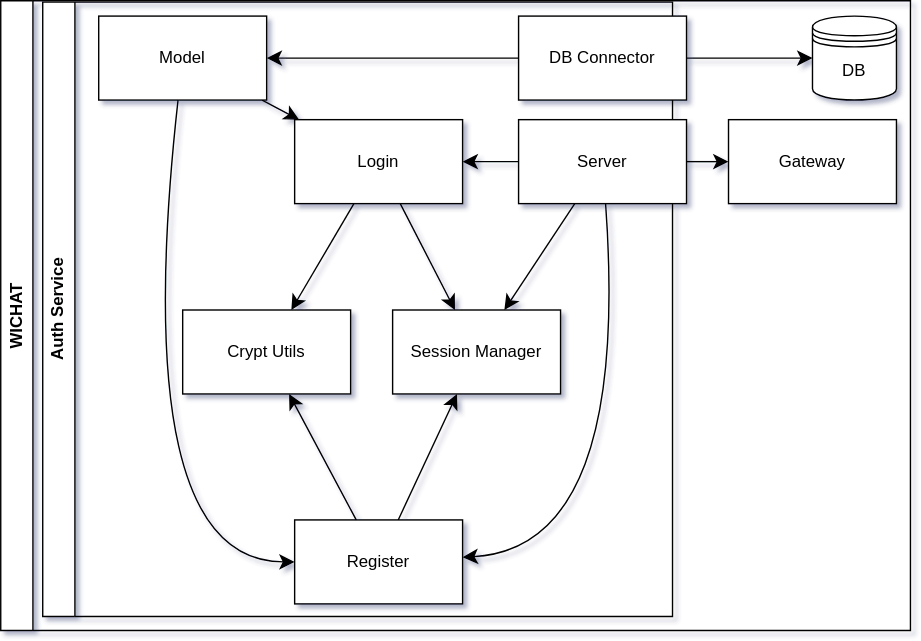
Above: docs/images/build_block_view/auth_service.drawio.svg in Arquisoft/wichat_en1c (draw.io), before the change. Source tidied: cells renumbered, new cells last; positions are measured from the earlier drawing's top-left corner, leaving out a move shared by most shapes.
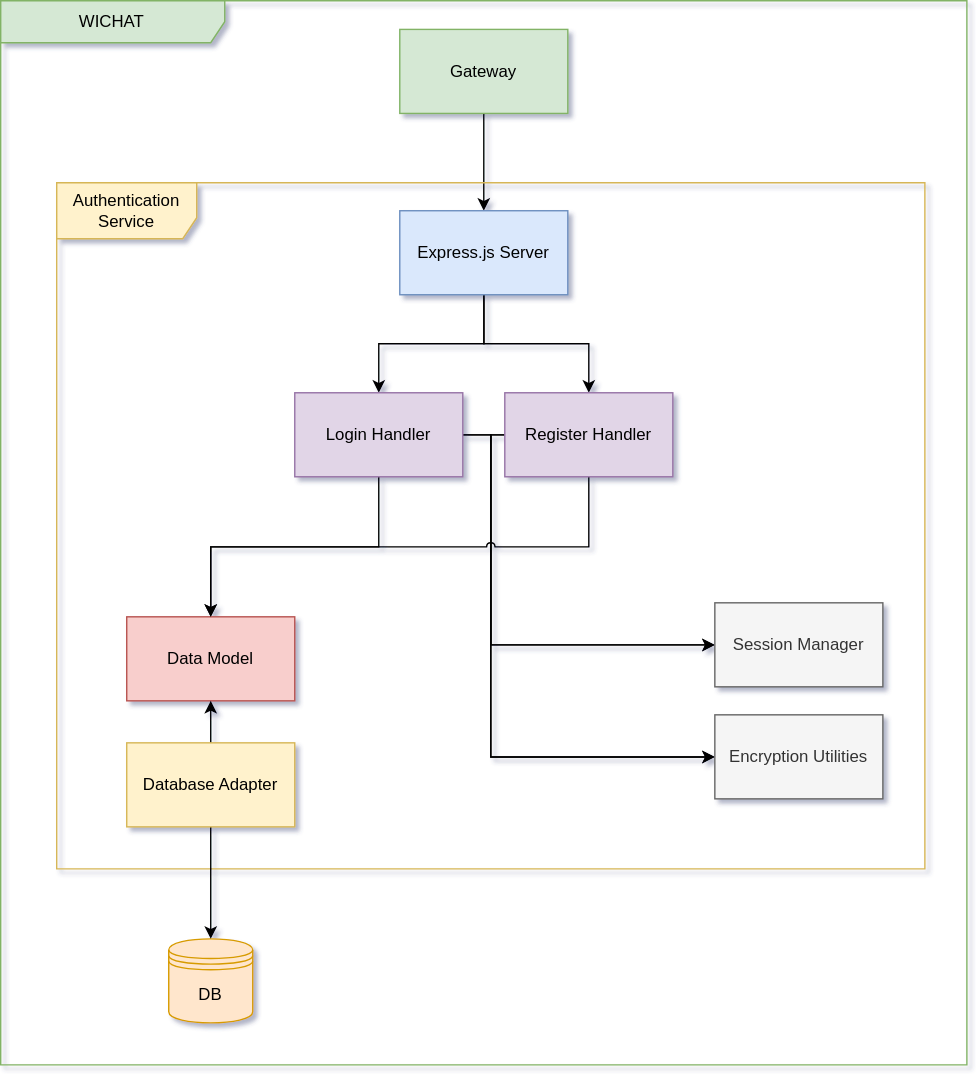
The same file after the commit.

What changed in the source:
```diff
@@ -2,82 +2,101 @@
   <root>
     <mxCell id="0" />
     <mxCell id="1" parent="0" />
-    <mxCell id="2" value="WICHAT" style="swimlane;horizontal=0;whiteSpace=wrap;html=1;" parent="1" vertex="1">
-      <mxGeometry width="650" height="450" as="geometry" />
+    <mxCell id="2" value="WICHAT" style="shape=umlFrame;whiteSpace=wrap;html=1;width=160;fillColor=#d5e8d4;strokeColor=#82b366;" parent="1" vertex="1">
+      <mxGeometry width="690" height="760" as="geometry" />
     </mxCell>
-    <mxCell id="3" value="Auth Service" style="swimlane;horizontal=0;whiteSpace=wrap;html=1;" parent="2" vertex="1">
-      <mxGeometry x="30" y="1" width="450" height="439" as="geometry" />
+    <mxCell id="3" style="edgeStyle=orthogonalEdgeStyle;rounded=0;jettySize=auto;html=1;" parent="2" edge="1" source="4" target="10">
+      <mxGeometry relative="1" as="geometry" />
     </mxCell>
-    <mxCell id="4" style="edgeStyle=none;curved=1;rounded=0;jettySize=auto;html=1;fontSize=12;startSize=8;endSize=8;" parent="3" edge="1" source="6" target="14">
-      <mxGeometry relative="1" as="geometry" />
+    <mxCell id="4" value="Gateway" style="rounded=0;whiteSpace=wrap;html=1;fillColor=#d5e8d4;strokeColor=#82b366;" parent="2" vertex="1">
+      <mxGeometry x="285" y="20.5" width="120" height="60" as="geometry" />
     </mxCell>
-    <mxCell id="5" style="edgeStyle=none;curved=1;rounded=0;jettySize=auto;html=1;fontSize=12;startSize=8;endSize=8;" parent="3" edge="1" source="6" target="15">
-      <mxGeometry relative="1" as="geometry" />
+    <mxCell id="5" value="DB" style="shape=datastore;whiteSpace=wrap;html=1;fillColor=#ffe6cc;strokeColor=#d79b00;" parent="2" vertex="1">
+      <mxGeometry x="120" y="670" width="60" height="60" as="geometry" />
     </mxCell>
-    <mxCell id="6" value="Server" style="rounded=0;whiteSpace=wrap;html=1;" parent="3" vertex="1">
-      <mxGeometry x="340" y="84" width="120" height="60" as="geometry" />
+    <mxCell id="6" value="Authentication Service" style="shape=umlFrame;whiteSpace=wrap;html=1;fillColor=#fff2cc;strokeColor=#d6b656;fillStyle=auto;width=100;height=40;" parent="2" vertex="1">
+      <mxGeometry x="40" y="130" width="620" height="490" as="geometry" />
     </mxCell>
-    <mxCell id="7" style="edgeStyle=none;curved=1;rounded=0;jettySize=auto;html=1;fontSize=12;startSize=8;endSize=8;" parent="3" edge="1" source="8" target="10">
-      <mxGeometry relative="1" as="geometry" />
+    <mxCell id="7" value="Data Model" style="rounded=0;whiteSpace=wrap;html=1;fillColor=#f8cecc;strokeColor=#b85450;" parent="2" vertex="1">
+      <mxGeometry x="90" y="440" width="120" height="60" as="geometry" />
     </mxCell>
-    <mxCell id="8" value="DB Connector" style="rounded=0;whiteSpace=wrap;html=1;" parent="3" vertex="1">
-      <mxGeometry x="340" y="10" width="120" height="60" as="geometry" />
+    <mxCell id="8" style="edgeStyle=orthogonalEdgeStyle;rounded=0;jettySize=auto;html=1;" parent="2" edge="1" source="10" target="17">
+      <mxGeometry relative="1" as="geometry" />
     </mxCell>
-    <mxCell id="9" style="edgeStyle=none;curved=1;rounded=0;jettySize=auto;html=1;fontSize=12;startSize=8;endSize=8;" parent="3" edge="1" source="10" target="14">
+    <mxCell id="9" style="edgeStyle=orthogonalEdgeStyle;rounded=0;jettySize=auto;html=1;" parent="2" edge="1" source="10" target="21">
       <mxGeometry relative="1" as="geometry" />
     </mxCell>
-    <mxCell id="10" value="Model" style="rounded=0;whiteSpace=wrap;html=1;" parent="3" vertex="1">
-      <mxGeometry x="40" y="10" width="120" height="60" as="geometry" />
+    <mxCell id="10" value="Express.js Server" style="rounded=0;whiteSpace=wrap;html=1;fillColor=#dae8fc;strokeColor=#6c8ebf;" parent="2" vertex="1">
+      <mxGeometry x="285" y="150" width="120" height="60" as="geometry" />
     </mxCell>
-    <mxCell id="11" value="Crypt Utils" style="whiteSpace=wrap;html=1;" parent="3" vertex="1">
-      <mxGeometry x="100" y="220" width="120" height="60" as="geometry" />
+    <mxCell id="11" style="edgeStyle=orthogonalEdgeStyle;rounded=0;jettySize=auto;html=1;entryX=0.5;entryY=0;entryDx=0;entryDy=0;exitX=0.5;exitY=1;exitDx=0;exitDy=0;" parent="2" edge="1" source="13" target="5">
+      <mxGeometry relative="1" as="geometry" />
     </mxCell>
-    <mxCell id="12" style="edgeStyle=none;curved=1;rounded=0;jettySize=auto;html=1;fontSize=12;startSize=8;endSize=8;" parent="3" edge="1" source="14" target="11">
+    <mxCell id="12" style="edgeStyle=orthogonalEdgeStyle;rounded=0;jettySize=auto;html=1;" parent="2" edge="1" source="13" target="7">
       <mxGeometry relative="1" as="geometry" />
     </mxCell>
-    <mxCell id="13" style="edgeStyle=none;curved=1;rounded=0;jettySize=auto;html=1;fontSize=12;startSize=8;endSize=8;" parent="3" edge="1" source="14" target="15">
-      <mxGeometry relative="1" as="geometry" />
+    <mxCell id="13" value="Database Adapter" style="rounded=0;whiteSpace=wrap;html=1;fillColor=#fff2cc;strokeColor=#d6b656;" parent="2" vertex="1">
+      <mxGeometry x="90" y="530" width="120" height="60" as="geometry" />
     </mxCell>
-    <mxCell id="14" value="Login" style="whiteSpace=wrap;html=1;" parent="3" vertex="1">
-      <mxGeometry x="180" y="84" width="120" height="60" as="geometry" />
+    <mxCell id="14" style="edgeStyle=orthogonalEdgeStyle;rounded=0;jettySize=auto;html=1;" parent="2" edge="1" source="17" target="22">
+      <mxGeometry relative="1" as="geometry">
+        <Array as="points">
+          <mxPoint x="350" y="310" />
+          <mxPoint x="350" y="460" />
+        </Array>
+      </mxGeometry>
     </mxCell>
-    <mxCell id="15" value="Session Manager" style="whiteSpace=wrap;html=1;" parent="3" vertex="1">
-      <mxGeometry x="250" y="220" width="120" height="60" as="geometry" />
+    <mxCell id="15" style="edgeStyle=orthogonalEdgeStyle;rounded=0;jettySize=auto;html=1;" parent="2" edge="1" source="17" target="23">
+      <mxGeometry relative="1" as="geometry">
+        <Array as="points">
+          <mxPoint x="350" y="310" />
+          <mxPoint x="350" y="540" />
+        </Array>
+      </mxGeometry>
     </mxCell>
-    <mxCell id="16" style="edgeStyle=none;curved=1;rounded=0;jettySize=auto;html=1;fontSize=12;startSize=8;endSize=8;" parent="3" edge="1" source="17" target="15">
-      <mxGeometry relative="1" as="geometry" />
+    <mxCell id="16" style="edgeStyle=orthogonalEdgeStyle;rounded=0;jettySize=auto;html=1;" parent="2" edge="1" source="17" target="7">
+      <mxGeometry relative="1" as="geometry">
+        <Array as="points">
+          <mxPoint x="270" y="390" />
+          <mxPoint x="150" y="390" />
+        </Array>
+      </mxGeometry>
     </mxCell>
-    <mxCell id="17" value="Register" style="whiteSpace=wrap;html=1;" parent="3" vertex="1">
-      <mxGeometry x="180" y="370" width="120" height="60" as="geometry" />
+    <mxCell id="17" value="Login Handler" style="whiteSpace=wrap;html=1;fillColor=#e1d5e7;strokeColor=#9673a6;" parent="2" vertex="1">
+      <mxGeometry x="210" y="280" width="120" height="60" as="geometry" />
     </mxCell>
-    <mxCell id="18" style="edgeStyle=none;curved=1;rounded=0;jettySize=auto;html=1;fontSize=12;startSize=8;endSize=8;" parent="3" edge="1" source="10" target="17">
+    <mxCell id="18" style="edgeStyle=orthogonalEdgeStyle;rounded=0;jettySize=auto;html=1;" parent="2" edge="1" source="21" target="22">
       <mxGeometry relative="1" as="geometry">
         <Array as="points">
-          <mxPoint x="60" y="400" />
+          <mxPoint x="350" y="310" />
+          <mxPoint x="350" y="460" />
         </Array>
       </mxGeometry>
     </mxCell>
-    <mxCell id="19" style="edgeStyle=none;curved=1;rounded=0;jettySize=auto;html=1;fontSize=12;startSize=8;endSize=8;" parent="3" edge="1" source="6" target="17">
+    <mxCell id="19" style="edgeStyle=orthogonalEdgeStyle;rounded=0;jettySize=auto;html=1;jumpStyle=arc;" parent="2" edge="1" source="21" target="23">
       <mxGeometry relative="1" as="geometry">
         <Array as="points">
-          <mxPoint x="420" y="390" />
+          <mxPoint x="350" y="310" />
+          <mxPoint x="350" y="540" />
         </Array>
       </mxGeometry>
     </mxCell>
-    <mxCell id="20" style="edgeStyle=none;curved=1;rounded=0;jettySize=auto;html=1;fontSize=12;startSize=8;endSize=8;" parent="3" edge="1" source="17" target="11">
-      <mxGeometry relative="1" as="geometry" />
+    <mxCell id="20" style="edgeStyle=orthogonalEdgeStyle;rounded=0;jettySize=auto;html=1;jumpStyle=arc;" parent="2" edge="1" source="21" target="7">
+      <mxGeometry relative="1" as="geometry">
+        <Array as="points">
+          <mxPoint x="420" y="390" />
+          <mxPoint x="150" y="390" />
+        </Array>
+      </mxGeometry>
     </mxCell>
-    <mxCell id="21" value="Gateway" style="rounded=0;whiteSpace=wrap;html=1;" parent="2" vertex="1">
-      <mxGeometry x="520" y="85" width="120" height="60" as="geometry" />
+    <mxCell id="21" value="Register Handler" style="whiteSpace=wrap;html=1;fillColor=#e1d5e7;strokeColor=#9673a6;" parent="2" vertex="1">
+      <mxGeometry x="360" y="280" width="120" height="60" as="geometry" />
     </mxCell>
-    <mxCell id="22" value="DB" style="shape=datastore;whiteSpace=wrap;html=1;" parent="2" vertex="1">
-      <mxGeometry x="580" y="11" width="60" height="60" as="geometry" />
+    <mxCell id="22" value="Session Manager" style="whiteSpace=wrap;html=1;fillColor=#f5f5f5;fontColor=#333333;strokeColor=#666666;" parent="2" vertex="1">
+      <mxGeometry x="510" y="430" width="120" height="60" as="geometry" />
     </mxCell>
-    <mxCell id="23" style="edgeStyle=none;curved=1;rounded=0;jettySize=auto;html=1;fontSize=12;startSize=8;endSize=8;" parent="2" edge="1" source="8" target="22">
-      <mxGeometry relative="1" as="geometry" />
+    <mxCell id="23" value="Encryption Utilities" style="whiteSpace=wrap;html=1;fillColor=#f5f5f5;strokeColor=#666666;fontColor=#333333;" parent="2" vertex="1">
+      <mxGeometry x="510" y="510" width="120" height="60" as="geometry" />
     </mxCell>
-    <mxCell id="24" style="edgeStyle=none;curved=1;rounded=0;jettySize=auto;html=1;fontSize=12;startSize=8;endSize=8;" parent="2" edge="1" source="6" target="21">
-      <mxGeometry relative="1" as="geometry" />
-    </mxCell>
   </root>
 </mxGraphModel>
```
